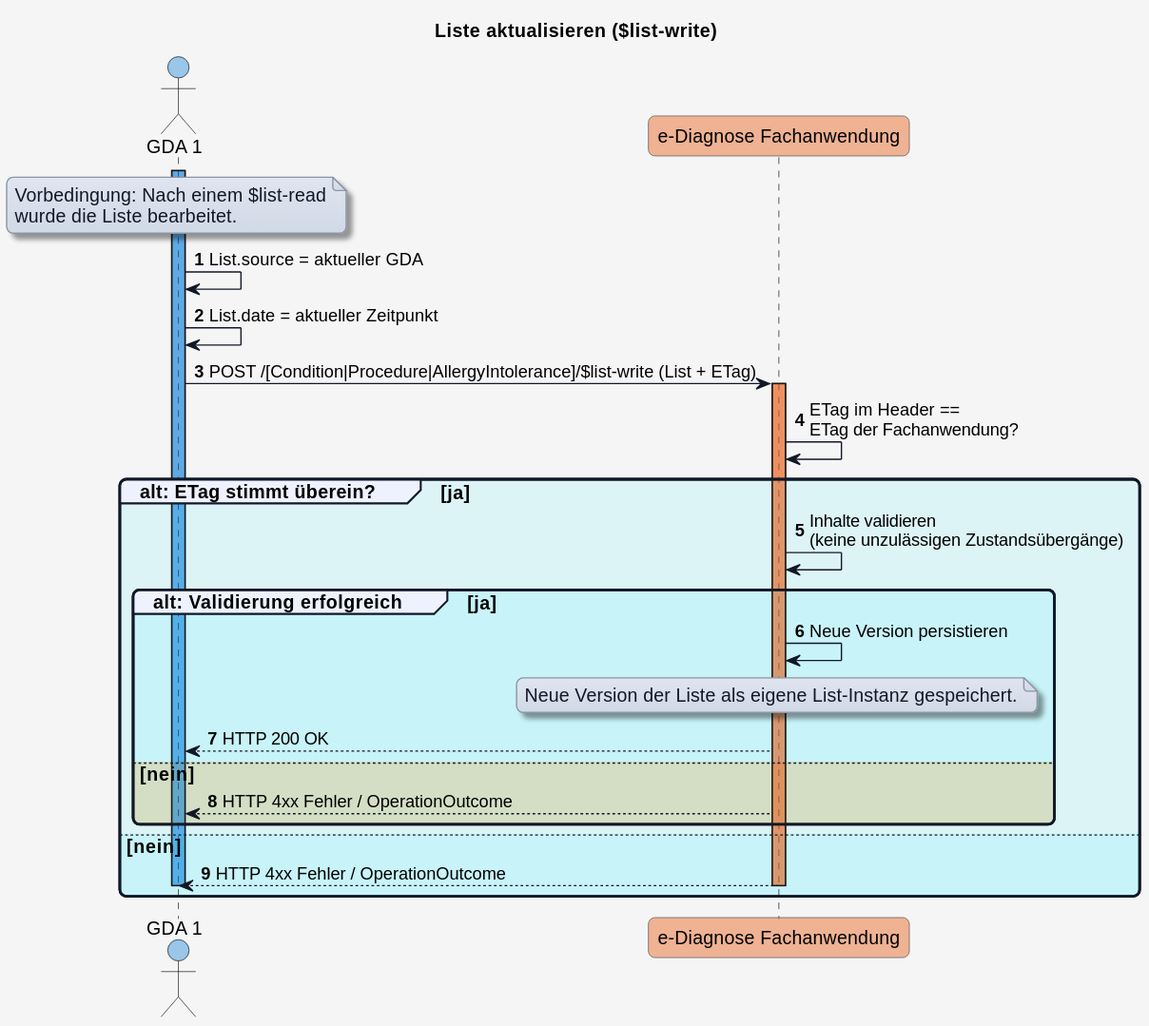
Earlier version of the PlantUML export input/images/plantuml/write.svg (HL7Austria/ELGA-e-Diagnose-R4). Its diagram source:
```plantuml
@startuml
title Liste aktualisieren ($list-write)

skinparam borderColor #000000
skinparam backgroundColor #f5f5f5
skinparam shadowing false
skinparam roundCorner 10
skinparam defaultFontName "Arial"
skinparam defaultFontSize 14
skinparam defaultFontColor #000000

skinparam note {
  BackgroundColor #e0e5f0-#d1d9e6
  BorderColor #8b95a5
  BorderThickness 1
  RoundCorner 8
  Padding 6
  FontColor #111827
  Shadowing true
}

skinparam HyperlinkColor #0000EE
skinparam HyperlinkUnderline false

skinparam sequence {
  ParticipantBorderColor #555555
  ParticipantBackgroundColor #ffffff
  ParticipantFontColor #000000
  ParticipantFontSize 14
  ParticipantPadding 20
  ArrowColor #111827
  ArrowThickness 1
  ArrowFontColor #000000
  ArrowFontSize 13
  GroupBorderColor #111827
  GroupBackgroundColor #eef2ff
  GroupBorderThickness 2
}

skinparam BoxPadding 20
skinparam BoxBorderColor #555555

!define COLOR_GDA_1    #0078D460
!define COLOR_GDA_2    #8764B860
!define COLOR_PATIENT  #00950560
!define COLOR_APO      #00B7C360
!define COLOR_DIAG_FA  #E9713280
!define COLOR_E_REZEPT #E7485660

!define COLOR_OK       #50E6FF25
!define COLOR_ERROR    #FF8C0035

actor GDA_1 as "GDA 1" COLOR_GDA_1
participant eDiag_FA as "e-Diagnose Fachanwendung" COLOR_DIAG_FA

autonumber

activate GDA_1 COLOR_GDA_1

note over GDA_1
  Vorbedingung: Nach einem $list-read
  wurde die Liste bearbeitet.
end note

GDA_1 -> GDA_1 : List.source = aktueller GDA
GDA_1 -> GDA_1 : List.date = aktueller Zeitpunkt

GDA_1 -> eDiag_FA: POST /[Condition|Procedure|AllergyIntolerance]/$list-write (List + ETag)

activate eDiag_FA COLOR_DIAG_FA
eDiag_FA -> eDiag_FA: ETag im Header ==\nETag der Fachanwendung?

group COLOR_OK alt: ETag stimmt überein? [ja]

  eDiag_FA -> eDiag_FA: Inhalte validieren\n(keine unzulässigen Zustandsübergänge)

  group COLOR_OK alt: Validierung erfolgreich [ja]

    eDiag_FA -> eDiag_FA: Neue Version persistieren

    note over eDiag_FA
      Neue Version der Liste als eigene List-Instanz gespeichert.
    end note

    eDiag_FA --> GDA_1: HTTP 200 OK

  else COLOR_ERROR nein

    eDiag_FA --> GDA_1: HTTP 4xx Fehler / OperationOutcome

  end

else nein

  eDiag_FA --> GDA_1: HTTP 4xx Fehler / OperationOutcome
  deactivate GDA_1
  deactivate eDiag_FA

end
@enduml
```
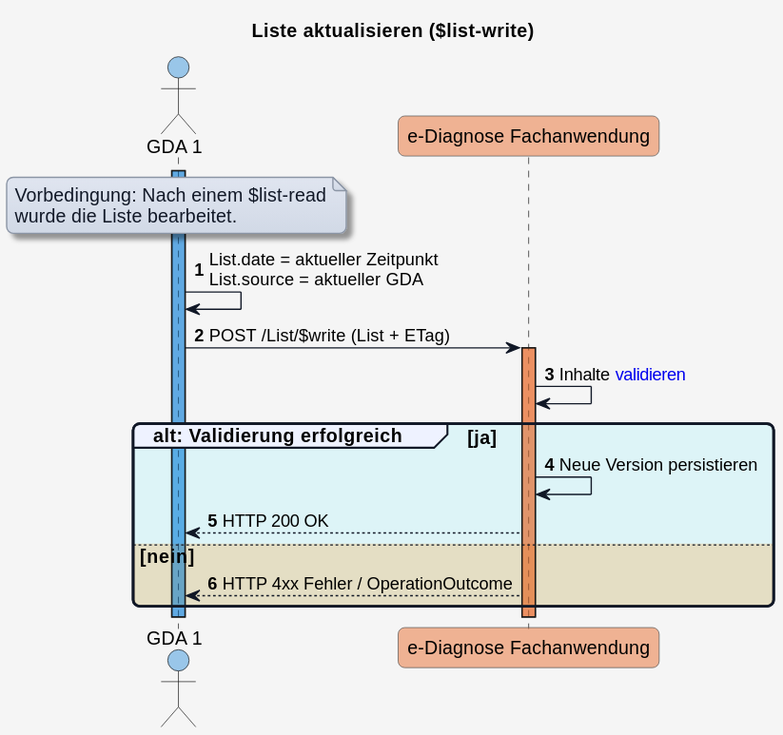
After the commit.

The edit, as a diff of the source:
```diff
@@ -62,39 +62,24 @@
   wurde die Liste bearbeitet.
 end note
 
-GDA_1 -> GDA_1 : List.source = aktueller GDA
-GDA_1 -> GDA_1 : List.date = aktueller Zeitpunkt
+GDA_1 -> GDA_1 : List.date = aktueller Zeitpunkt\nList.source = aktueller GDA
 
-GDA_1 -> eDiag_FA: POST /[Condition|Procedure|AllergyIntolerance]/$list-write (List + ETag)
+GDA_1 -> eDiag_FA: POST /List/$write (List + ETag)
 
 activate eDiag_FA COLOR_DIAG_FA
-eDiag_FA -> eDiag_FA: ETag im Header ==\nETag der Fachanwendung?
 
-group COLOR_OK alt: ETag stimmt überein? [ja]
+eDiag_FA -> eDiag_FA: Inhalte [[OperationDefinition-at-ediag-operation-list-write.html#validierung--fehlerbehandlung validieren]]
 
-  eDiag_FA -> eDiag_FA: Inhalte validieren\n(keine unzulässigen Zustandsübergänge)
+group COLOR_OK alt: Validierung erfolgreich [ja]
 
-  group COLOR_OK alt: Validierung erfolgreich [ja]
+  eDiag_FA -> eDiag_FA: Neue Version persistieren
 
-    eDiag_FA -> eDiag_FA: Neue Version persistieren
+  eDiag_FA --> GDA_1: HTTP 200 OK
 
-    note over eDiag_FA
-      Neue Version der Liste als eigene List-Instanz gespeichert.
-    end note
-
-    eDiag_FA --> GDA_1: HTTP 200 OK
-
-  else COLOR_ERROR nein
-
-    eDiag_FA --> GDA_1: HTTP 4xx Fehler / OperationOutcome
-
-  end
-
-else nein
+else COLOR_ERROR nein
 
   eDiag_FA --> GDA_1: HTTP 4xx Fehler / OperationOutcome
-  deactivate GDA_1
-  deactivate eDiag_FA
 
 end
+
 @enduml
```
